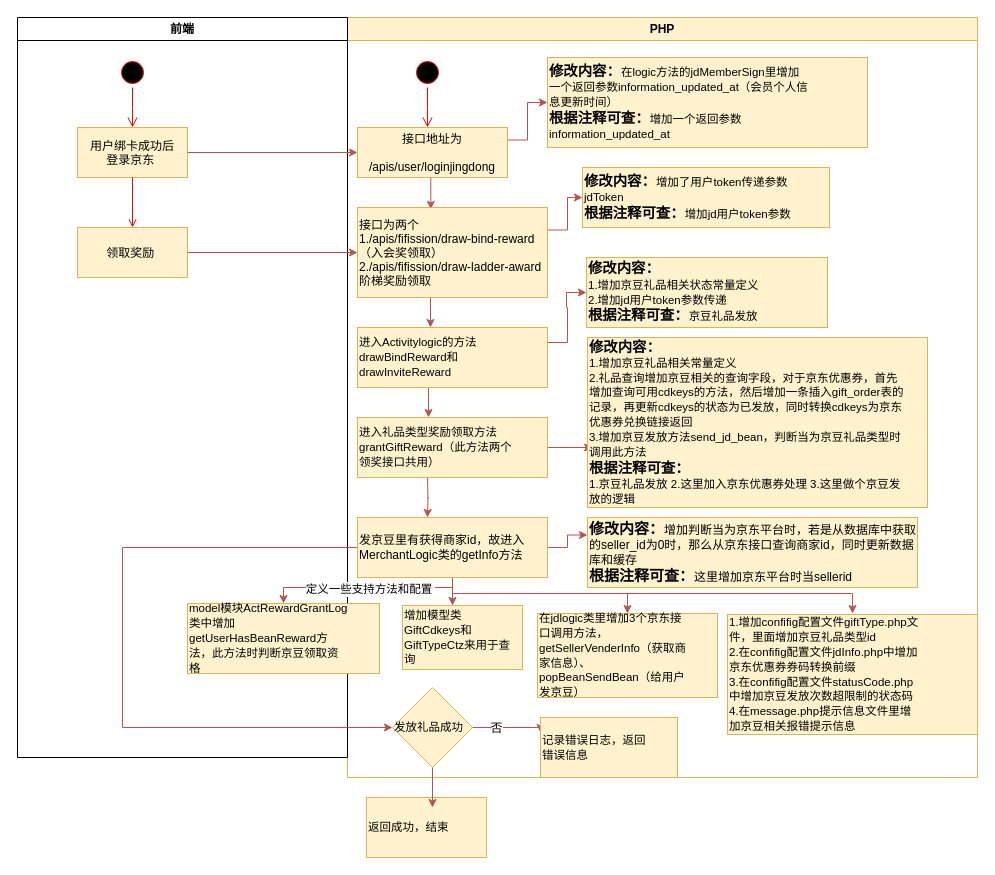
Before: 未命名表单.drawio in suxmgit/drawflowchat, a draw.io diagram. Source tidied: cells renumbered, new cells numbered last; positions are measured from the earlier drawing's top-left corner, leaving out a move shared by most shapes. Both pictures are drawn from the tidied source at 100%, with x=0, y=0 at pixel (17, 17).
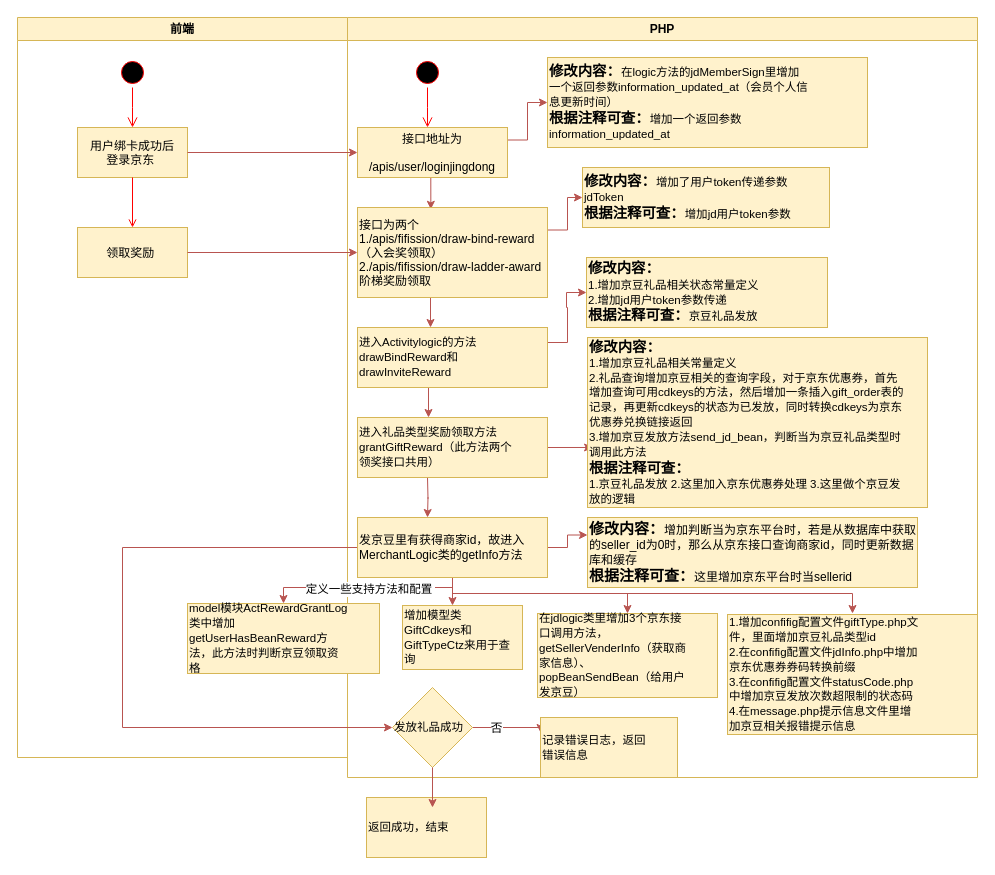
The same diagram, later.

Commit message (it also covers changes not shown here):
会员端领奖流程图.drawio

The change refers to these unchanged cells:
```xml
<mxCell id="2" value="PHP" style="swimlane;whiteSpace=wrap;startSize=23;fillColor=#fff2cc;strokeColor=#d6b656;" parent="1" vertex="1">
  <mxGeometry x="330" width="630" height="760" as="geometry" />
</mxCell>
```

Diff of the diagram source:
```diff
@@
-    <mxCell id="21" value="前端" style="swimlane;whiteSpace=wrap;" parent="2" vertex="1">
+    <mxCell id="21" value="前端" style="swimlane;whiteSpace=wrap;fillColor=#fff2cc;strokeColor=#d6b656;" parent="2" vertex="1">
       <mxGeometry x="-330" width="330" height="740" as="geometry" />
     </mxCell>
```
